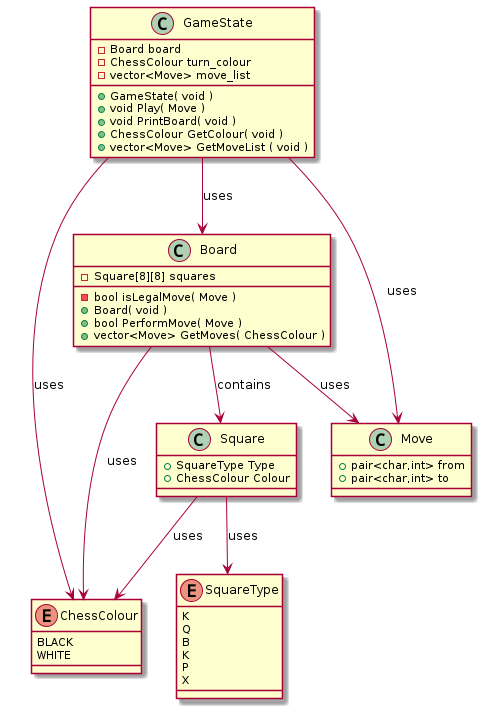
The PlantUML diagram doc/class_diagram.png in aidan-bailey/cpp-chess, before a commit.
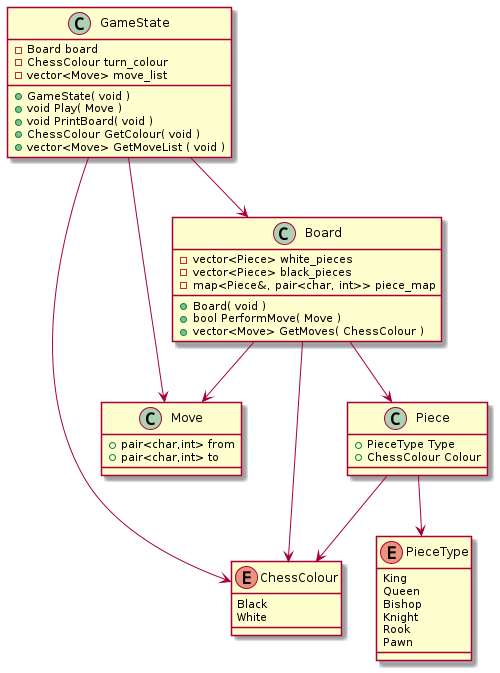
After the change.

The edit, as a diff of the source:
```diff
@@ -1,36 +1,37 @@
 @startuml
 enum ChessColour {
-    BLACK
-    WHITE
+    Black
+    White
 }
-enum SquareType {
-    K
-    Q
-    B
-    K
-    P
-    X
+enum PieceType {
+    King
+    Queen
+    Bishop
+    Knight
+    Rook
+    Pawn
 }
-class Square {
-    +SquareType Type
+class Piece {
+    +PieceType Type
     +ChessColour Colour
 }
-Square --> SquareType : uses
-Square --> ChessColour : uses
+Piece --> PieceType
+Piece --> ChessColour
+class Move {
+    +pair<char,int> from
+    +pair<char,int> to
+}
 class Board {
-    -Square[8][8] squares
-    -bool isLegalMove( Move )
+    -vector<Piece> white_pieces
+    -vector<Piece> black_pieces
+    -map<Piece&, pair<char, int>> piece_map
     +Board( void )
     +bool PerformMove( Move )
     +vector<Move> GetMoves( ChessColour )
 }
-class Move {
-    +pair<char,int> from
-    +pair<char,int> to
-}
-Board --> Move : uses
-Board --> Square : contains
-Board --> ChessColour : uses
+Board --> Move
+Board --> ChessColour
+Board --> Piece
 class GameState {
     -Board board
     -ChessColour turn_colour
@@ -41,7 +42,7 @@
     +ChessColour GetColour( void )
     +vector<Move> GetMoveList ( void )
 }
-GameState --> Board : uses
-GameState --> ChessColour : uses
-GameState --> Move : uses
+GameState --> Board
+GameState --> ChessColour
+GameState --> Move
 @enduml
```
